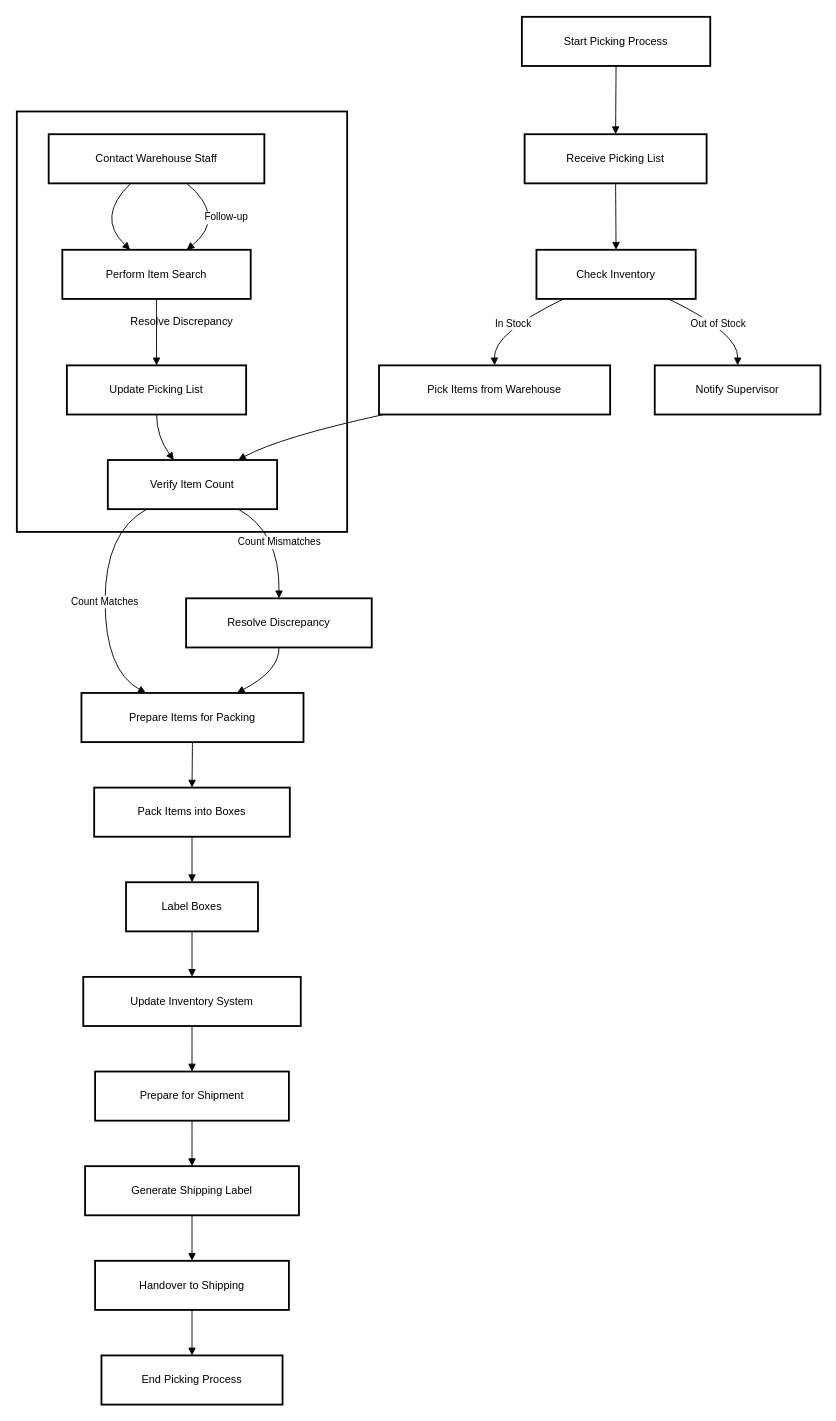
Earlier version of the draw.io diagram V1 PATExpress NSW Warehouse Workflow.drawio (DLOLO2025/PATExpressGitHub). Source tidied: cells renumbered, new cells numbered last; positions are measured from the earlier drawing's top-left corner, leaving out a move shared by most shapes. Both pictures are drawn from the tidied source at 91%, with x=0, y=0 at pixel (16, 16).
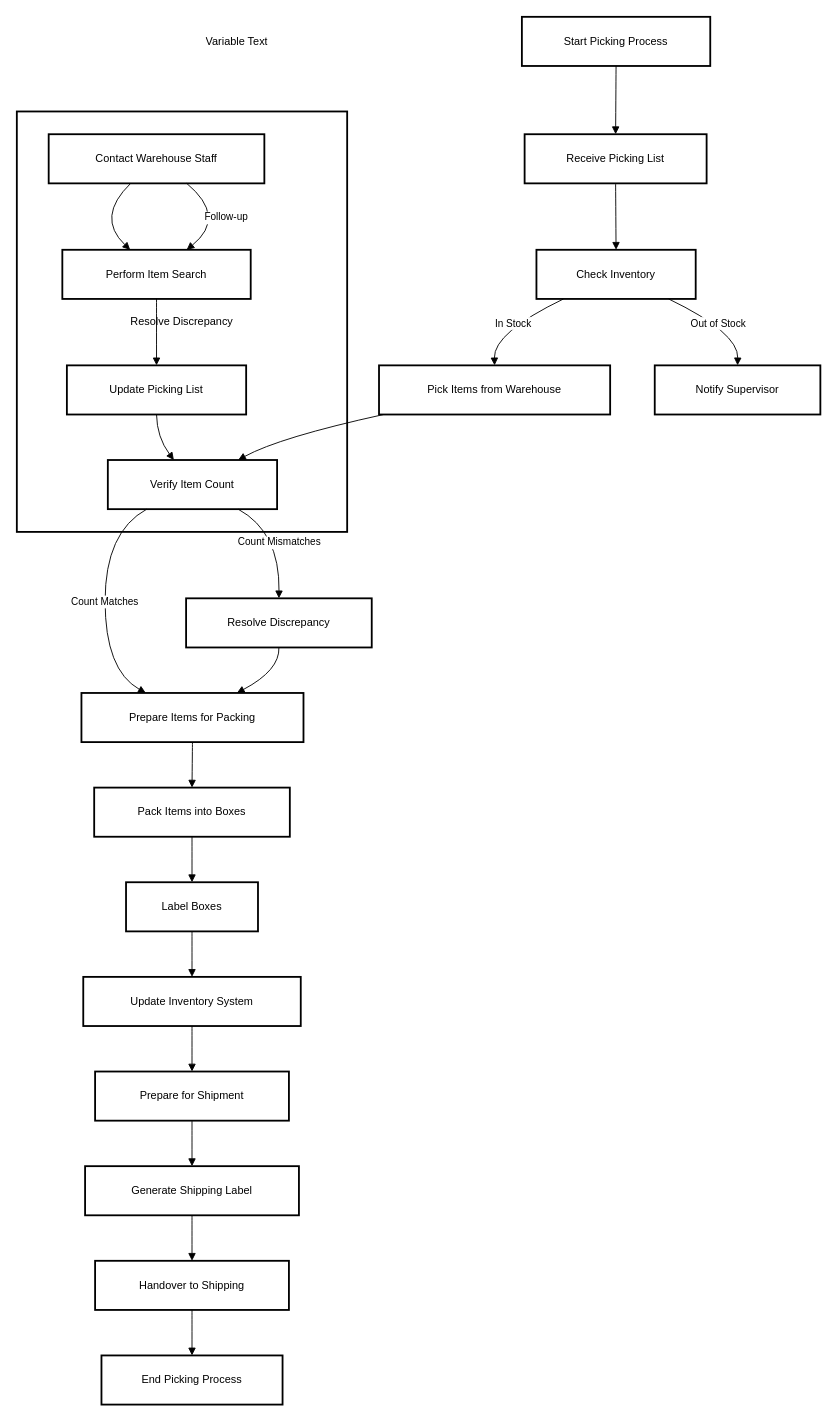
After the change.

The edit, as a diff of the source:
```diff
@@
+    <object id="40" label="%name% Text" name="Variable" placeholders="1">
+      <mxCell style="text;html=1;strokeColor=none;fillColor=none;align=center;verticalAlign=middle;whiteSpace=wrap;overflow=hidden;" parent="1" vertex="1">
+        <mxGeometry x="202" y="17" width="80" height="20" as="geometry" />
+      </mxCell>
+    </object>
```
